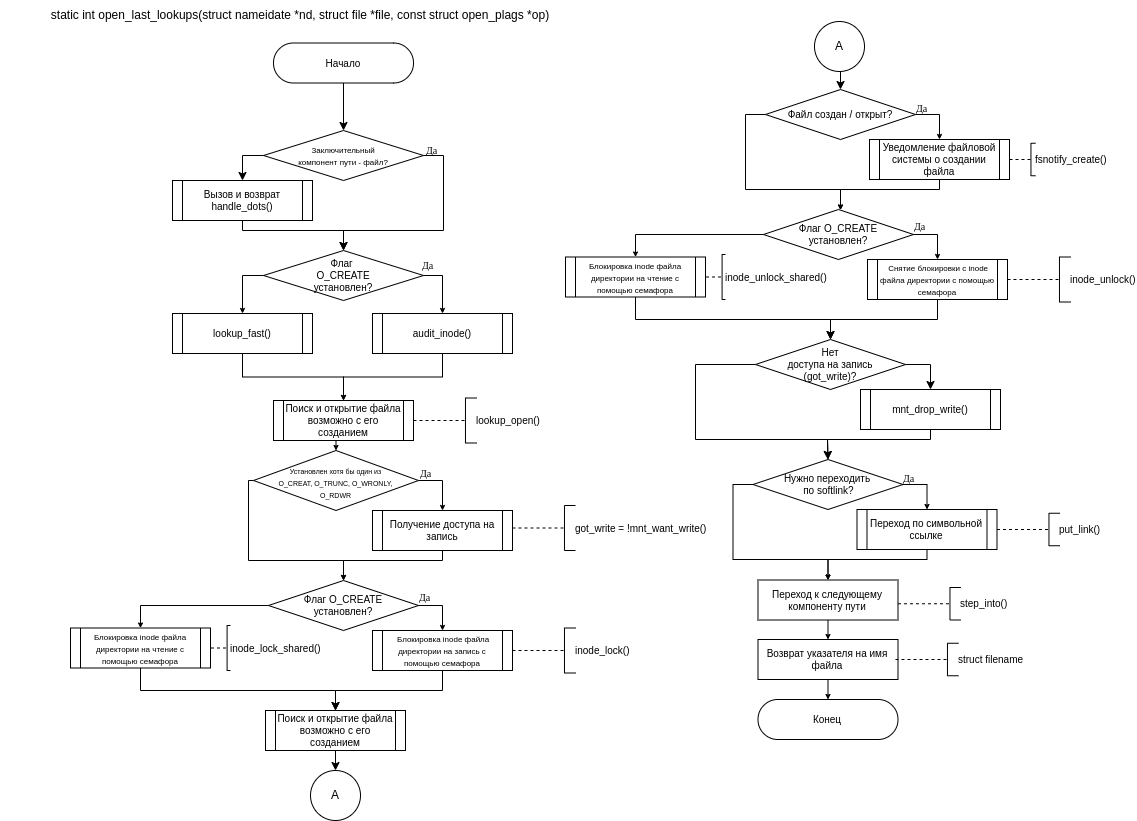
Earlier version of the draw.io export lab-09/tex/assets/open-open_last_lookups.drawio.png (xanderkov/ics7-os6). Source tidied: cells renumbered, new cells last; positions are measured from the earlier drawing's top-left corner, leaving out a move shared by most shapes.
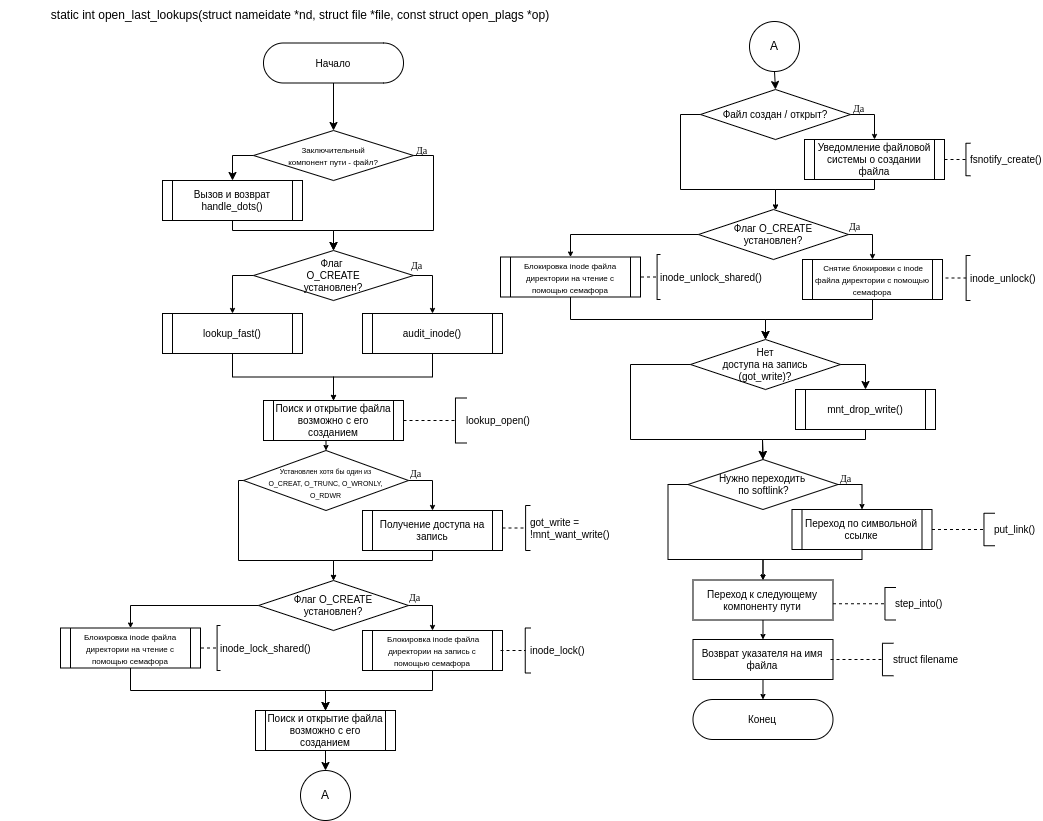
The same diagram one commit later.

Diff of the diagram source:
```diff
@@ -3,7 +3,7 @@
     <mxCell id="0" />
     <mxCell id="1" parent="0" />
     <mxCell id="2" value="&lt;font style=&quot;font-size: 12px;&quot;&gt;static int&amp;nbsp;open_last_lookups(struct&amp;nbsp;nameidate&amp;nbsp;*nd,&amp;nbsp;struct file *file,&amp;nbsp;const struct&amp;nbsp;open_plags&amp;nbsp;*op)&lt;/font&gt;" style="text;html=1;strokeColor=none;fillColor=none;align=center;verticalAlign=middle;whiteSpace=wrap;rounded=0;" parent="1" vertex="1">
-      <mxGeometry width="600" height="30" as="geometry" />
+      <mxGeometry x="10" width="600" height="30" as="geometry" />
     </mxCell>
     <mxCell id="3" style="edgeStyle=none;rounded=0;html=1;exitX=0;exitY=0.5;exitDx=0;exitDy=0;entryX=0.151;entryY=-0.006;entryDx=0;entryDy=0;fontFamily=Helvetica;fontSize=9;endArrow=classic;endFill=1;entryPerimeter=0;" parent="1" edge="1">
       <mxGeometry relative="1" as="geometry">
@@ -114,23 +114,23 @@
     </mxCell>
     <mxCell id="28" style="edgeStyle=orthogonalEdgeStyle;shape=connector;rounded=0;jettySize=auto;html=1;exitX=0;exitY=0.5;exitDx=0;exitDy=0;entryX=0.5;entryY=0;entryDx=0;entryDy=0;labelBackgroundColor=default;fontFamily=Helvetica;fontSize=10;fontColor=default;endArrow=classic;endFill=1;endSize=3;strokeColor=default;" parent="1" edge="1" source="29">
       <mxGeometry relative="1" as="geometry">
-        <mxPoint x="840" y="209.5" as="targetPoint" />
+        <mxPoint x="785" y="209.5" as="targetPoint" />
         <Array as="points">
-          <mxPoint x="745" y="114" />
-          <mxPoint x="745" y="189" />
-          <mxPoint x="840" y="189" />
+          <mxPoint x="690" y="114" />
+          <mxPoint x="690" y="189" />
+          <mxPoint x="785" y="189" />
         </Array>
       </mxGeometry>
     </mxCell>
     <mxCell id="29" value="Файл создан / открыт?" style="shape=(stored shape, 368 characters);whiteSpace=wrap;html=1;fontFamily=Helvetica;fontSize=10;spacingBottom=0;rounded=0;shadow=0;sketch=0;spacingLeft=20;spacingRight=20;fontColor=default;align=center;strokeColor=default;fillColor=default;" parent="1" vertex="1">
-      <mxGeometry x="765" y="89" width="150" height="50" as="geometry" />
+      <mxGeometry x="710" y="89" width="150" height="50" as="geometry" />
     </mxCell>
     <mxCell id="30" style="edgeStyle=orthogonalEdgeStyle;shape=connector;rounded=0;jettySize=auto;html=1;exitX=0.5;exitY=1;exitDx=0;exitDy=0;entryX=0.5;entryY=0;entryDx=0;entryDy=0;labelBackgroundColor=default;fontFamily=Helvetica;fontSize=10;fontColor=default;endArrow=classic;endFill=1;endSize=3;strokeColor=default;" parent="1" edge="1" source="32">
       <mxGeometry relative="1" as="geometry">
-        <mxPoint x="840" y="209.5" as="targetPoint" />
+        <mxPoint x="785" y="209.5" as="targetPoint" />
         <Array as="points">
-          <mxPoint x="939" y="189" />
-          <mxPoint x="840" y="189" />
+          <mxPoint x="884" y="189" />
+          <mxPoint x="785" y="189" />
         </Array>
       </mxGeometry>
     </mxCell>
@@ -138,7 +138,7 @@
       <mxGeometry relative="1" as="geometry" />
     </mxCell>
     <mxCell id="32" value="Уведомление файловой системы о создании файла" style="shape=(stored shape, 376 characters);whiteSpace=wrap;html=1;fontFamily=Helvetica;fontSize=10;spacingBottom=0;rounded=0;shadow=0;sketch=0;spacingLeft=10;spacingRight=10;fontColor=default;align=center;strokeColor=default;fillColor=default;" parent="1" vertex="1">
-      <mxGeometry x="869" y="139" width="140" height="40" as="geometry" />
+      <mxGeometry x="814" y="139" width="140" height="40" as="geometry" />
     </mxCell>
     <mxCell id="33" style="edgeStyle=orthogonalEdgeStyle;shape=connector;rounded=0;jettySize=auto;html=1;exitX=0;exitY=0.5;exitDx=0;exitDy=0;exitPerimeter=0;entryX=1;entryY=0.5;entryDx=0;entryDy=0;dashed=1;labelBackgroundColor=default;fontFamily=Helvetica;fontSize=10;fontColor=default;endArrow=none;endFill=0;endSize=3;strokeColor=default;" parent="1" edge="1" source="34" target="15">
       <mxGeometry relative="1" as="geometry" />
@@ -167,7 +167,7 @@
       <mxGeometry x="253" y="450" width="165" height="60" as="geometry" />
     </mxCell>
     <mxCell id="39" value="&lt;div style=&quot;font-size: 10px&quot;&gt;fsnotify_create()&lt;/div&gt;" style="strokeWidth=1;html=1;shape=(stored shape, 384 characters);align=left;labelPosition=right;gradientColor=#ffffff;spacing=0;fontSize=10;shadow=0;spacingBottom=0;fontFamily=Helvetica;fontColor=default;strokeColor=default;fillColor=default;" parent="1" vertex="1">
-      <mxGeometry x="1009" y="142.8" width="26" height="32.5" as="geometry" />
+      <mxGeometry x="954" y="142.8" width="26" height="32.5" as="geometry" />
     </mxCell>
     <mxCell id="40" style="edgeStyle=none;rounded=0;html=1;exitX=0;exitY=0.5;exitDx=0;exitDy=0;entryX=0.5;entryY=0;entryDx=0;entryDy=0;fontFamily=Helvetica;fontSize=8;endArrow=classic;endFill=1;" parent="1" edge="1" source="42" target="44">
       <mxGeometry relative="1" as="geometry">
@@ -204,11 +204,11 @@
         <mxPoint x="-3" y="-126" as="offset" />
       </mxGeometry>
     </mxCell>
-    <mxCell id="46" value="&lt;div style=&quot;font-size: 10px&quot;&gt;got_write = !mnt_want_write()&lt;/div&gt;" style="strokeWidth=1;html=1;shape=(stored shape, 384 characters);align=left;labelPosition=right;gradientColor=#ffffff;spacing=0;fontSize=10;shadow=0;spacingBottom=0;fontFamily=Helvetica;fontColor=default;strokeColor=default;fillColor=default;" parent="1" vertex="1">
-      <mxGeometry x="512" y="505" width="63" height="45" as="geometry" />
+    <mxCell id="46" value="&lt;div style=&quot;font-size: 10px&quot;&gt;got_write =&amp;nbsp;&lt;/div&gt;&lt;div style=&quot;font-size: 10px&quot;&gt;!mnt_want_write()&lt;/div&gt;" style="strokeWidth=1;html=1;shape=(stored shape, 384 characters);align=left;labelPosition=right;gradientColor=#ffffff;spacing=0;fontSize=10;shadow=0;spacingBottom=0;fontFamily=Helvetica;fontColor=default;strokeColor=default;fillColor=default;" parent="1" vertex="1">
+      <mxGeometry x="512" y="505" width="28" height="45" as="geometry" />
     </mxCell>
     <mxCell id="47" value="&lt;div style=&quot;font-size: 10px&quot;&gt;inode_lock()&lt;/div&gt;" style="strokeWidth=1;html=1;shape=(stored shape, 384 characters);align=left;labelPosition=right;gradientColor=#ffffff;spacing=0;fontSize=10;shadow=0;spacingBottom=0;fontFamily=Helvetica;fontColor=default;strokeColor=default;fillColor=default;" parent="1" vertex="1">
-      <mxGeometry x="512" y="627.5" width="63" height="45" as="geometry" />
+      <mxGeometry x="510" y="627.5" width="30" height="45" as="geometry" />
     </mxCell>
     <mxCell id="48" value="&lt;div style=&quot;font-size: 10px&quot;&gt;&lt;span style=&quot;text-align: center&quot;&gt;inode_lock_shared()&lt;/span&gt;&lt;br&gt;&lt;/div&gt;" style="strokeWidth=1;html=1;shape=(stored shape, 384 characters);align=left;labelPosition=right;gradientColor=#ffffff;spacing=0;fontSize=10;shadow=0;spacingBottom=0;fontFamily=Helvetica;fontColor=default;strokeColor=default;fillColor=default;" parent="1" vertex="1">
       <mxGeometry x="210.5" y="625" width="19.5" height="45" as="geometry" />
@@ -220,7 +220,7 @@
       <mxGeometry x="265" y="710" width="140" height="40" as="geometry" />
     </mxCell>
     <mxCell id="51" value="Конец" style="shape=(stored shape, 428 characters);whiteSpace=wrap;html=1;fontFamily=Helvetica;fontSize=10;spacingBottom=0;fontColor=default;align=center;strokeColor=default;fillColor=default;" parent="1" vertex="1">
-      <mxGeometry x="757.5" y="699" width="140" height="40" as="geometry" />
+      <mxGeometry x="702.5" y="699" width="140" height="40" as="geometry" />
     </mxCell>
     <mxCell id="52" style="edgeStyle=orthogonalEdgeStyle;rounded=0;jettySize=auto;html=1;exitX=1;exitY=0.5;exitDx=0;exitDy=0;startArrow=none;startFill=0;endArrow=classic;endFill=1;fontSize=10;fontFamily=Helvetica;spacingBottom=0;endSize=3;" parent="1" edge="1" source="55" target="58">
       <mxGeometry relative="1" as="geometry" />
@@ -233,20 +233,20 @@
     <mxCell id="54" style="edgeStyle=orthogonalEdgeStyle;shape=connector;rounded=0;jettySize=auto;html=1;exitX=0;exitY=0.5;exitDx=0;exitDy=0;entryX=0.5;entryY=0;entryDx=0;entryDy=0;labelBackgroundColor=default;fontFamily=Helvetica;fontSize=10;fontColor=default;endArrow=classic;endFill=1;endSize=3;strokeColor=default;" parent="1" edge="1" source="55" target="60">
       <mxGeometry relative="1" as="geometry">
         <Array as="points">
-          <mxPoint x="732.5" y="484" />
-          <mxPoint x="732.5" y="559" />
-          <mxPoint x="827.5" y="559" />
+          <mxPoint x="677.5" y="484" />
+          <mxPoint x="677.5" y="559" />
+          <mxPoint x="772.5" y="559" />
         </Array>
       </mxGeometry>
     </mxCell>
     <mxCell id="55" value="Нужно переходить&lt;br style=&quot;font-size: 10px&quot;&gt;&amp;nbsp;по&amp;nbsp;softlink?" style="shape=(stored shape, 368 characters);whiteSpace=wrap;html=1;fontFamily=Helvetica;fontSize=10;spacingBottom=0;rounded=0;shadow=0;sketch=0;spacingLeft=20;spacingRight=20;fontColor=default;align=center;strokeColor=default;fillColor=default;" parent="1" vertex="1">
-      <mxGeometry x="752.5" y="459" width="150" height="50" as="geometry" />
+      <mxGeometry x="697.5" y="459" width="150" height="50" as="geometry" />
     </mxCell>
     <mxCell id="56" style="edgeStyle=orthogonalEdgeStyle;shape=connector;rounded=0;jettySize=auto;html=1;exitX=0.5;exitY=1;exitDx=0;exitDy=0;entryX=0.5;entryY=0;entryDx=0;entryDy=0;labelBackgroundColor=default;fontFamily=Helvetica;fontSize=10;fontColor=default;endArrow=classic;endFill=1;endSize=3;strokeColor=default;" parent="1" edge="1" source="58" target="60">
       <mxGeometry relative="1" as="geometry">
         <Array as="points">
-          <mxPoint x="926.5" y="559" />
-          <mxPoint x="827.5" y="559" />
+          <mxPoint x="871.5" y="559" />
+          <mxPoint x="772.5" y="559" />
         </Array>
       </mxGeometry>
     </mxCell>
@@ -254,22 +254,22 @@
       <mxGeometry relative="1" as="geometry" />
     </mxCell>
     <mxCell id="58" value="Переход по символьной ссылке" style="shape=(stored shape, 376 characters);whiteSpace=wrap;html=1;fontFamily=Helvetica;fontSize=10;spacingBottom=0;rounded=0;shadow=0;sketch=0;spacingLeft=10;spacingRight=10;fontColor=default;align=center;strokeColor=default;fillColor=default;" parent="1" vertex="1">
-      <mxGeometry x="856.5" y="509" width="140" height="40" as="geometry" />
+      <mxGeometry x="801.5" y="509" width="140" height="40" as="geometry" />
     </mxCell>
     <mxCell id="59" style="edgeStyle=orthogonalEdgeStyle;shape=connector;rounded=0;jettySize=auto;html=1;exitX=0.5;exitY=1;exitDx=0;exitDy=0;entryX=0.5;entryY=0;entryDx=0;entryDy=0;labelBackgroundColor=default;fontFamily=Helvetica;fontSize=10;fontColor=default;endArrow=classic;endFill=1;endSize=3;strokeColor=default;" parent="1" edge="1" source="60" target="62">
       <mxGeometry relative="1" as="geometry" />
     </mxCell>
     <mxCell id="60" value="Переход к следующему компоненту пути" style="shape=(stored shape, 332 characters);whiteSpace=wrap;html=1;fontFamily=Helvetica;fontSize=10;spacingBottom=0;fontColor=default;align=center;strokeColor=default;fillColor=default;" parent="1" vertex="1">
-      <mxGeometry x="757.5" y="579.5" width="140" height="40" as="geometry" />
+      <mxGeometry x="702.5" y="579.5" width="140" height="40" as="geometry" />
     </mxCell>
     <mxCell id="61" style="edgeStyle=orthogonalEdgeStyle;shape=connector;rounded=0;jettySize=auto;html=1;exitX=0.5;exitY=1;exitDx=0;exitDy=0;entryX=0.5;entryY=0;entryDx=0;entryDy=0;labelBackgroundColor=default;fontFamily=Helvetica;fontSize=10;fontColor=default;endArrow=classic;endFill=1;endSize=3;strokeColor=default;" parent="1" edge="1" source="62" target="51">
       <mxGeometry relative="1" as="geometry" />
     </mxCell>
     <mxCell id="62" value="Возврат указателя на имя файла" style="shape=(stored shape, 332 characters);whiteSpace=wrap;html=1;fontFamily=Helvetica;fontSize=10;spacingBottom=0;fontColor=default;align=center;strokeColor=default;fillColor=default;" parent="1" vertex="1">
-      <mxGeometry x="757.5" y="639" width="140" height="40" as="geometry" />
+      <mxGeometry x="702.5" y="639" width="140" height="40" as="geometry" />
     </mxCell>
     <mxCell id="63" value="&lt;div style=&quot;font-size: 10px;&quot;&gt;put_link()&lt;/div&gt;" style="strokeWidth=1;html=1;shape=(stored shape, 384 characters);align=left;labelPosition=right;gradientColor=#ffffff;spacing=0;fontSize=10;shadow=0;spacingBottom=0;fontFamily=Helvetica;fontColor=default;strokeColor=default;fillColor=default;" parent="1" vertex="1">
-      <mxGeometry x="996.5" y="512.8" width="63" height="32.5" as="geometry" />
+      <mxGeometry x="941.5" y="512.8" width="63" height="32.5" as="geometry" />
     </mxCell>
     <mxCell id="64" style="edgeStyle=orthogonalEdgeStyle;rounded=0;jettySize=auto;html=1;exitX=0;exitY=0.5;exitDx=0;exitDy=0;entryX=0.5;entryY=0;entryDx=0;entryDy=0;startArrow=none;startFill=0;endArrow=classic;endFill=1;fontSize=10;fontFamily=Helvetica;spacingBottom=0;endSize=3;" parent="1" edge="1" source="67" target="71">
       <mxGeometry relative="1" as="geometry" />
@@ -283,73 +283,73 @@
       </mxGeometry>
     </mxCell>
     <mxCell id="67" value="Флаг&amp;nbsp;O_CREATE&lt;br&gt;установлен?" style="shape=(stored shape, 368 characters);whiteSpace=wrap;html=1;fontFamily=Helvetica;fontSize=10;spacingBottom=0;rounded=0;shadow=0;sketch=0;spacingLeft=20;spacingRight=20;fontColor=default;align=center;strokeColor=default;fillColor=default;" parent="1" vertex="1">
-      <mxGeometry x="763" y="209" width="150" height="50" as="geometry" />
+      <mxGeometry x="708" y="209" width="150" height="50" as="geometry" />
     </mxCell>
     <mxCell id="68" style="edgeStyle=none;rounded=0;html=1;exitX=0.5;exitY=1;exitDx=0;exitDy=0;entryX=0.5;entryY=0;entryDx=0;entryDy=0;fontFamily=Helvetica;fontSize=8;endArrow=classic;endFill=1;" parent="1" edge="1" source="69">
       <mxGeometry relative="1" as="geometry">
-        <mxPoint x="830" y="339" as="targetPoint" />
+        <mxPoint x="775" y="339" as="targetPoint" />
         <Array as="points">
-          <mxPoint x="937" y="319" />
-          <mxPoint x="830" y="319" />
+          <mxPoint x="882" y="319" />
+          <mxPoint x="775" y="319" />
         </Array>
       </mxGeometry>
     </mxCell>
     <mxCell id="69" value="&lt;font style=&quot;font-size: 8px&quot;&gt;&amp;nbsp;Снятие блокировки с inode файла директории с помощью семафора&lt;/font&gt;" style="shape=(stored shape, 376 characters);whiteSpace=wrap;html=1;fontFamily=Helvetica;fontSize=10;spacingBottom=0;rounded=0;shadow=0;sketch=0;spacingLeft=10;spacingRight=10;fontColor=default;align=center;strokeColor=default;fillColor=default;" parent="1" vertex="1">
-      <mxGeometry x="867" y="259" width="140" height="40" as="geometry" />
+      <mxGeometry x="812" y="259" width="140" height="40" as="geometry" />
     </mxCell>
     <mxCell id="70" style="edgeStyle=none;rounded=0;html=1;exitX=0.5;exitY=1;exitDx=0;exitDy=0;entryX=0.5;entryY=0;entryDx=0;entryDy=0;fontFamily=Helvetica;fontSize=8;endArrow=classic;endFill=1;" parent="1" edge="1" source="71">
       <mxGeometry relative="1" as="geometry">
-        <mxPoint x="830" y="339" as="targetPoint" />
+        <mxPoint x="775" y="339" as="targetPoint" />
         <Array as="points">
-          <mxPoint x="635" y="319" />
-          <mxPoint x="830" y="319" />
+          <mxPoint x="580" y="319" />
+          <mxPoint x="775" y="319" />
         </Array>
       </mxGeometry>
     </mxCell>
     <mxCell id="71" value="&lt;font style=&quot;font-size: 8px&quot;&gt;Блокировка inode файла директории на чтение с помощью семафора&lt;/font&gt;" style="shape=(stored shape, 376 characters);whiteSpace=wrap;html=1;fontFamily=Helvetica;fontSize=10;spacingBottom=0;rounded=0;shadow=0;sketch=0;spacingLeft=10;spacingRight=10;fontColor=default;align=center;strokeColor=default;fillColor=default;" parent="1" vertex="1">
-      <mxGeometry x="565" y="256.5" width="140" height="40" as="geometry" />
+      <mxGeometry x="510" y="256.5" width="140" height="40" as="geometry" />
     </mxCell>
     <mxCell id="72" value="&lt;div style=&quot;font-size: 10px&quot;&gt;inode_unlock()&lt;/div&gt;" style="strokeWidth=1;html=1;shape=(stored shape, 384 characters);align=left;labelPosition=right;gradientColor=#ffffff;spacing=0;fontSize=10;shadow=0;spacingBottom=0;fontFamily=Helvetica;fontColor=default;strokeColor=default;fillColor=default;" parent="1" vertex="1">
-      <mxGeometry x="1007" y="256.5" width="63" height="45" as="geometry" />
+      <mxGeometry x="955" y="255" width="25" height="45" as="geometry" />
     </mxCell>
     <mxCell id="73" value="&lt;div style=&quot;font-size: 10px&quot;&gt;&lt;span style=&quot;text-align: center&quot;&gt;inode_unlock_shared()&lt;/span&gt;&lt;br&gt;&lt;/div&gt;" style="strokeWidth=1;html=1;shape=(stored shape, 384 characters);align=left;labelPosition=right;gradientColor=#ffffff;spacing=0;fontSize=10;shadow=0;spacingBottom=0;fontFamily=Helvetica;fontColor=default;strokeColor=default;fillColor=default;" parent="1" vertex="1">
-      <mxGeometry x="705.5" y="254" width="19.5" height="45" as="geometry" />
+      <mxGeometry x="650.5" y="254" width="19.5" height="45" as="geometry" />
     </mxCell>
     <mxCell id="74" style="edgeStyle=none;rounded=0;html=1;exitX=1;exitY=0.5;exitDx=0;exitDy=0;entryX=0.5;entryY=0;entryDx=0;entryDy=0;fontFamily=Helvetica;fontSize=8;endArrow=classic;endFill=1;" parent="1" edge="1" source="76" target="78">
       <mxGeometry relative="1" as="geometry">
         <Array as="points">
-          <mxPoint x="930" y="364" />
+          <mxPoint x="875" y="364" />
         </Array>
       </mxGeometry>
     </mxCell>
     <mxCell id="75" style="edgeStyle=none;rounded=0;html=1;exitX=0;exitY=0.5;exitDx=0;exitDy=0;entryX=0.5;entryY=0;entryDx=0;entryDy=0;fontFamily=Helvetica;fontSize=8;endArrow=classic;endFill=1;" parent="1" edge="1" source="76" target="55">
       <mxGeometry relative="1" as="geometry">
         <Array as="points">
-          <mxPoint x="695" y="364" />
-          <mxPoint x="695" y="439" />
-          <mxPoint x="827" y="439" />
+          <mxPoint x="640" y="364" />
+          <mxPoint x="640" y="439" />
+          <mxPoint x="772" y="439" />
         </Array>
       </mxGeometry>
     </mxCell>
     <mxCell id="76" value="Нет &lt;br&gt;доступа на запись (got_write)?" style="shape=(stored shape, 368 characters);whiteSpace=wrap;html=1;fontFamily=Helvetica;fontSize=10;spacingBottom=0;rounded=0;shadow=0;sketch=0;spacingLeft=20;spacingRight=20;fontColor=default;align=center;strokeColor=default;fillColor=default;" parent="1" vertex="1">
-      <mxGeometry x="755" y="339" width="150" height="50" as="geometry" />
+      <mxGeometry x="700" y="339" width="150" height="50" as="geometry" />
     </mxCell>
     <mxCell id="77" style="edgeStyle=none;rounded=0;html=1;exitX=0.5;exitY=1;exitDx=0;exitDy=0;entryX=0.5;entryY=0;entryDx=0;entryDy=0;fontFamily=Helvetica;fontSize=8;endArrow=classic;endFill=1;" parent="1" edge="1" source="78" target="55">
       <mxGeometry relative="1" as="geometry">
         <Array as="points">
-          <mxPoint x="930" y="439" />
-          <mxPoint x="827" y="439" />
+          <mxPoint x="875" y="439" />
+          <mxPoint x="772" y="439" />
         </Array>
       </mxGeometry>
     </mxCell>
     <mxCell id="78" value="mnt_drop_write()" style="shape=(stored shape, 376 characters);whiteSpace=wrap;html=1;fontFamily=Helvetica;fontSize=10;spacingBottom=0;rounded=0;shadow=0;sketch=0;spacingLeft=10;spacingRight=10;fontColor=default;align=center;strokeColor=default;fillColor=default;" parent="1" vertex="1">
-      <mxGeometry x="860" y="389" width="140" height="40" as="geometry" />
+      <mxGeometry x="805" y="389" width="140" height="40" as="geometry" />
     </mxCell>
     <mxCell id="79" value="&lt;div style=&quot;font-size: 10px&quot;&gt;step_into()&lt;/div&gt;" style="strokeWidth=1;html=1;shape=(stored shape, 384 characters);align=left;labelPosition=right;gradientColor=#ffffff;spacing=0;fontSize=10;shadow=0;spacingBottom=0;fontFamily=Helvetica;fontColor=default;strokeColor=default;fillColor=default;" parent="1" vertex="1">
-      <mxGeometry x="897.5" y="587" width="63" height="32.5" as="geometry" />
+      <mxGeometry x="842.5" y="587" width="63" height="32.5" as="geometry" />
     </mxCell>
     <mxCell id="80" value="&lt;div style=&quot;font-size: 10px&quot;&gt;struct filename&lt;/div&gt;" style="strokeWidth=1;html=1;shape=(stored shape, 384 characters);align=left;labelPosition=right;gradientColor=#ffffff;spacing=0;fontSize=10;shadow=0;spacingBottom=0;fontFamily=Helvetica;fontColor=default;strokeColor=default;fillColor=default;" parent="1" vertex="1">
-      <mxGeometry x="895" y="642.8" width="63" height="32.5" as="geometry" />
+      <mxGeometry x="840" y="642.8" width="63" height="32.5" as="geometry" />
     </mxCell>
     <mxCell id="81" value="A" style="ellipse;whiteSpace=wrap;html=1;" parent="1" vertex="1">
       <mxGeometry x="310" y="770" width="50" height="50" as="geometry" />
@@ -358,7 +358,7 @@
       <mxGeometry relative="1" as="geometry" />
     </mxCell>
     <mxCell id="83" value="A" style="ellipse;whiteSpace=wrap;html=1;" parent="1" vertex="1">
-      <mxGeometry x="814" y="21" width="50" height="50" as="geometry" />
+      <mxGeometry x="759" y="21" width="50" height="50" as="geometry" />
     </mxCell>
   </root>
 </mxGraphModel>
```
